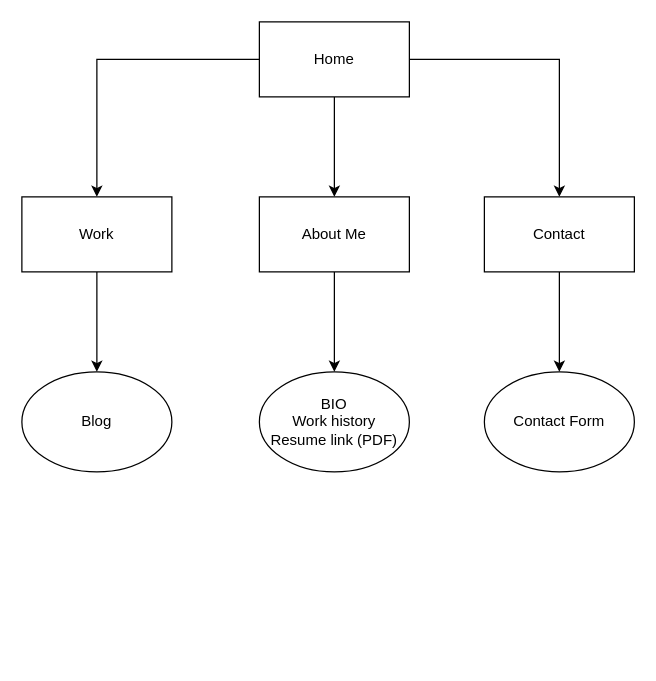
Earlier version of the draw.io diagram Portfolio_sitemap_T1A2.drawio (boldybread/BradleyArchbold_T1A2). Source tidied: cells renumbered, new cells numbered last; positions are measured from the earlier drawing's top-left corner, leaving out a move shared by most shapes. Both pictures are drawn from the tidied source at 125%, with x=0, y=0 at pixel (21, 21).
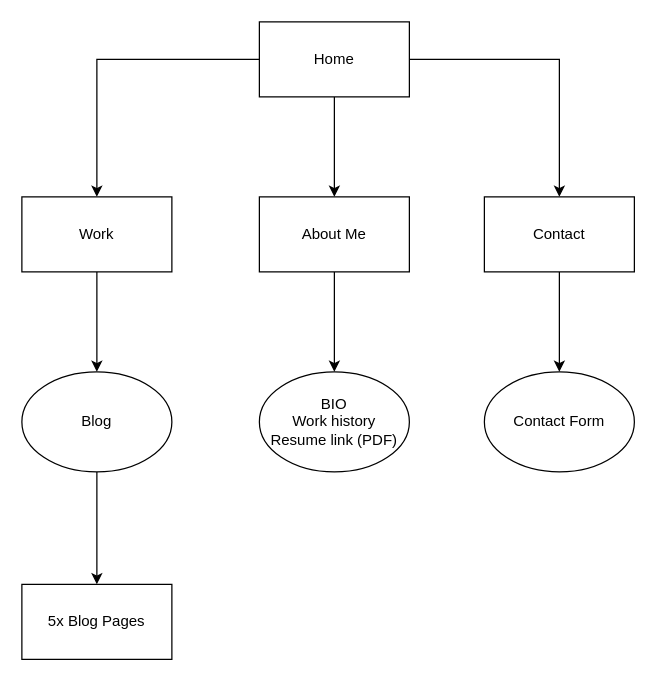
The same diagram, later.

The edit, as a diff of the source:
```diff
@@
 <mxGraphModel>
   <root>
     <mxCell id="0" />
     <mxCell id="1" parent="0" />
     <mxCell id="2" style="edgeStyle=orthogonalEdgeStyle;rounded=0;jettySize=auto;html=1;" parent="1" edge="1" source="5" target="9">
       <mxGeometry relative="1" as="geometry" />
     </mxCell>
     <mxCell id="3" style="edgeStyle=orthogonalEdgeStyle;rounded=0;jettySize=auto;html=1;" parent="1" edge="1" source="5" target="7">
       <mxGeometry relative="1" as="geometry" />
     </mxCell>
     <mxCell id="4" style="edgeStyle=orthogonalEdgeStyle;rounded=0;jettySize=auto;html=1;" parent="1" edge="1" source="5" target="11">
       <mxGeometry relative="1" as="geometry" />
     </mxCell>
     <mxCell id="5" value="Home" style="rounded=0;whiteSpace=wrap;html=1;" parent="1" vertex="1">
       <mxGeometry x="190" width="120" height="60" as="geometry" />
     </mxCell>
     <mxCell id="6" style="edgeStyle=orthogonalEdgeStyle;rounded=0;jettySize=auto;html=1;" parent="1" edge="1" source="7">
       <mxGeometry relative="1" as="geometry">
         <mxPoint x="60" y="280" as="targetPoint" />
       </mxGeometry>
     </mxCell>
     <mxCell id="7" value="Work" style="rounded=0;whiteSpace=wrap;html=1;" parent="1" vertex="1">
       <mxGeometry y="140" width="120" height="60" as="geometry" />
     </mxCell>
     <mxCell id="8" style="edgeStyle=orthogonalEdgeStyle;rounded=0;jettySize=auto;html=1;" parent="1" edge="1" source="9">
       <mxGeometry relative="1" as="geometry">
         <mxPoint x="250" y="280" as="targetPoint" />
       </mxGeometry>
     </mxCell>
     <mxCell id="9" value="About Me" style="rounded=0;whiteSpace=wrap;html=1;" parent="1" vertex="1">
       <mxGeometry x="190" y="140" width="120" height="60" as="geometry" />
     </mxCell>
     <mxCell id="10" style="edgeStyle=orthogonalEdgeStyle;rounded=0;jettySize=auto;html=1;" parent="1" edge="1" source="11">
       <mxGeometry relative="1" as="geometry">
         <mxPoint x="430" y="280" as="targetPoint" />
       </mxGeometry>
     </mxCell>
     <mxCell id="11" value="Contact" style="rounded=0;whiteSpace=wrap;html=1;" parent="1" vertex="1">
       <mxGeometry x="370" y="140" width="120" height="60" as="geometry" />
     </mxCell>
     <mxCell id="12" value="Contact Form" style="ellipse;whiteSpace=wrap;html=1;" parent="1" vertex="1">
       <mxGeometry x="370" y="280" width="120" height="80" as="geometry" />
     </mxCell>
+    <mxCell id="15" style="edgeStyle=orthogonalEdgeStyle;rounded=0;jettySize=auto;html=1;" parent="1" edge="1" source="13" target="16">
+      <mxGeometry relative="1" as="geometry" />
+    </mxCell>
     <mxCell id="13" value="Blog" style="ellipse;whiteSpace=wrap;html=1;" parent="1" vertex="1">
       <mxGeometry y="280" width="120" height="80" as="geometry" />
     </mxCell>
     <mxCell id="14" value="BIO&lt;br style=&quot;border-color: var(--border-color);&quot;&gt;Work history&lt;br style=&quot;border-color: var(--border-color);&quot;&gt;Resume link (PDF)" style="ellipse;whiteSpace=wrap;html=1;" parent="1" vertex="1">
       <mxGeometry x="190" y="280" width="120" height="80" as="geometry" />
     </mxCell>
+    <mxCell id="16" value="5x Blog Pages" style="whiteSpace=wrap;html=1;" parent="1" vertex="1">
+      <mxGeometry y="450" width="120" height="60" as="geometry" />
+    </mxCell>
   </root>
 </mxGraphModel>
```
